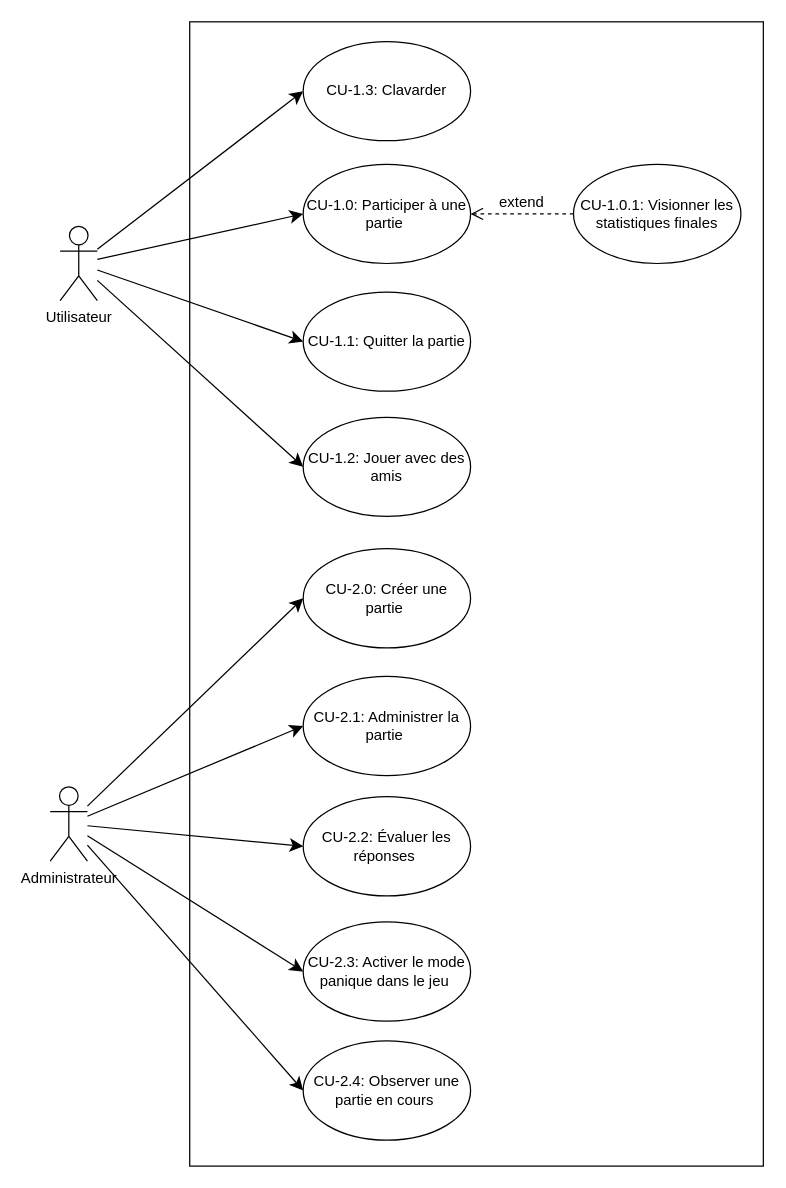
Above: page "Page-4" (4 of 5) of Diagramme sans nom.drawio in Andreea-Maria1/uml-projet3 (draw.io), before the change. Source tidied: cells renumbered, new cells numbered last; positions are measured from the earlier drawing's top-left corner, leaving out a move shared by most shapes. Both pictures are drawn from the tidied source at 124%, with x=0, y=0 at pixel (-97, 41).
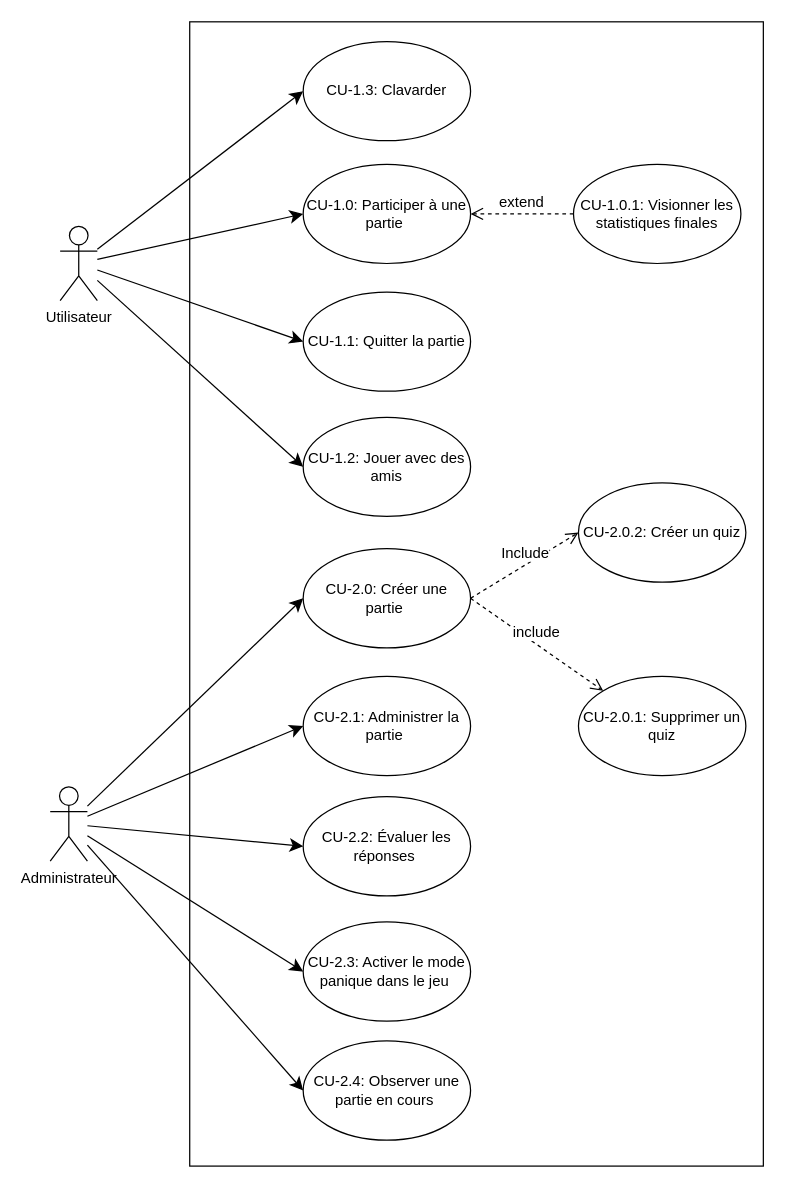
After the change.

Commit message:
jouer une partie

Unchanged cells that the change refers to:
```xml
<mxCell id="17" value="CU-2.0: Créer une partie&amp;nbsp;" style="ellipse;whiteSpace=wrap;html=1;" parent="1" vertex="1">
  <mxGeometry x="322" y="409" width="135" height="80" as="geometry" />
</mxCell>
```

What changed in the source:
```diff
@@
+    <mxCell id="25" value="CU-2.0.2: Créer un quiz" style="ellipse;whiteSpace=wrap;html=1;" parent="1" vertex="1">
+      <mxGeometry x="544" y="356" width="135" height="80" as="geometry" />
+    </mxCell>
+    <mxCell id="26" value="CU-2.0.1: Supprimer un quiz" style="ellipse;whiteSpace=wrap;html=1;" parent="1" vertex="1">
+      <mxGeometry x="544" y="512" width="135" height="80" as="geometry" />
+    </mxCell>
+    <mxCell id="27" value="Include" style="html=1;verticalAlign=bottom;endArrow=open;dashed=1;endSize=8;curved=0;rounded=0;fontSize=12;exitX=1;exitY=0.5;exitDx=0;exitDy=0;entryX=0;entryY=0.5;entryDx=0;entryDy=0;" parent="1" edge="1" source="17" target="25">
+      <mxGeometry relative="1" as="geometry" />
+    </mxCell>
+    <mxCell id="28" value="include" style="html=1;verticalAlign=bottom;endArrow=open;dashed=1;endSize=8;curved=0;rounded=0;fontSize=12;exitX=1;exitY=0.5;exitDx=0;exitDy=0;entryX=0;entryY=0;entryDx=0;entryDy=0;" parent="1" edge="1" source="17" target="26">
+      <mxGeometry relative="1" as="geometry" />
+    </mxCell>
```
